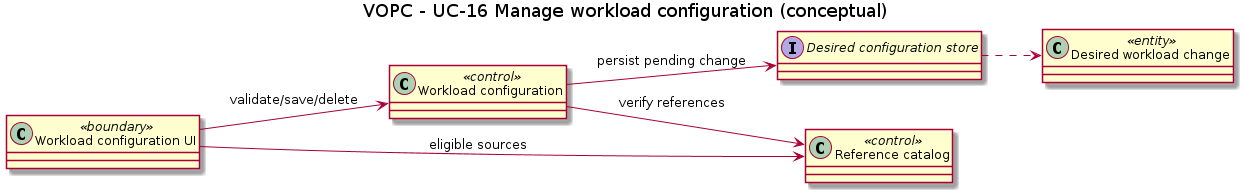
pr3s3nt/poc keeps this PlantUML diagram as orchestrator_docs/usecase/UC-16/vopc.png. Above is the earlier version. Its source is kept beside it as orchestrator_docs/usecase/UC-16/vopc.puml.
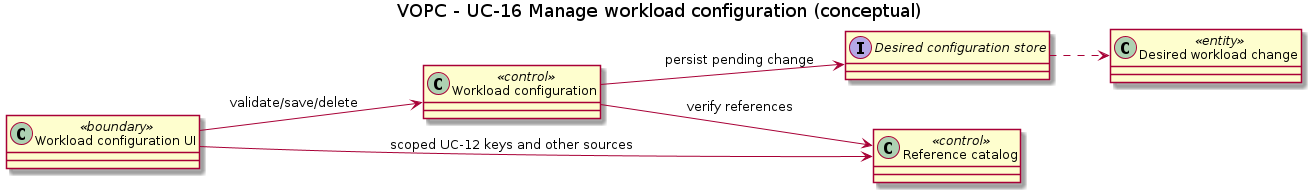
After the commit.

Change to the diagram source:
```diff
@@ -9,7 +9,7 @@
 interface "Desired configuration store" as Store
 
 UI --> Config : validate/save/delete
-UI --> Catalog : eligible sources
+UI --> Catalog : scoped UC-12 keys and other sources
 Config --> Catalog : verify references
 Config --> Store : persist pending change
 Store ..> Change
```
